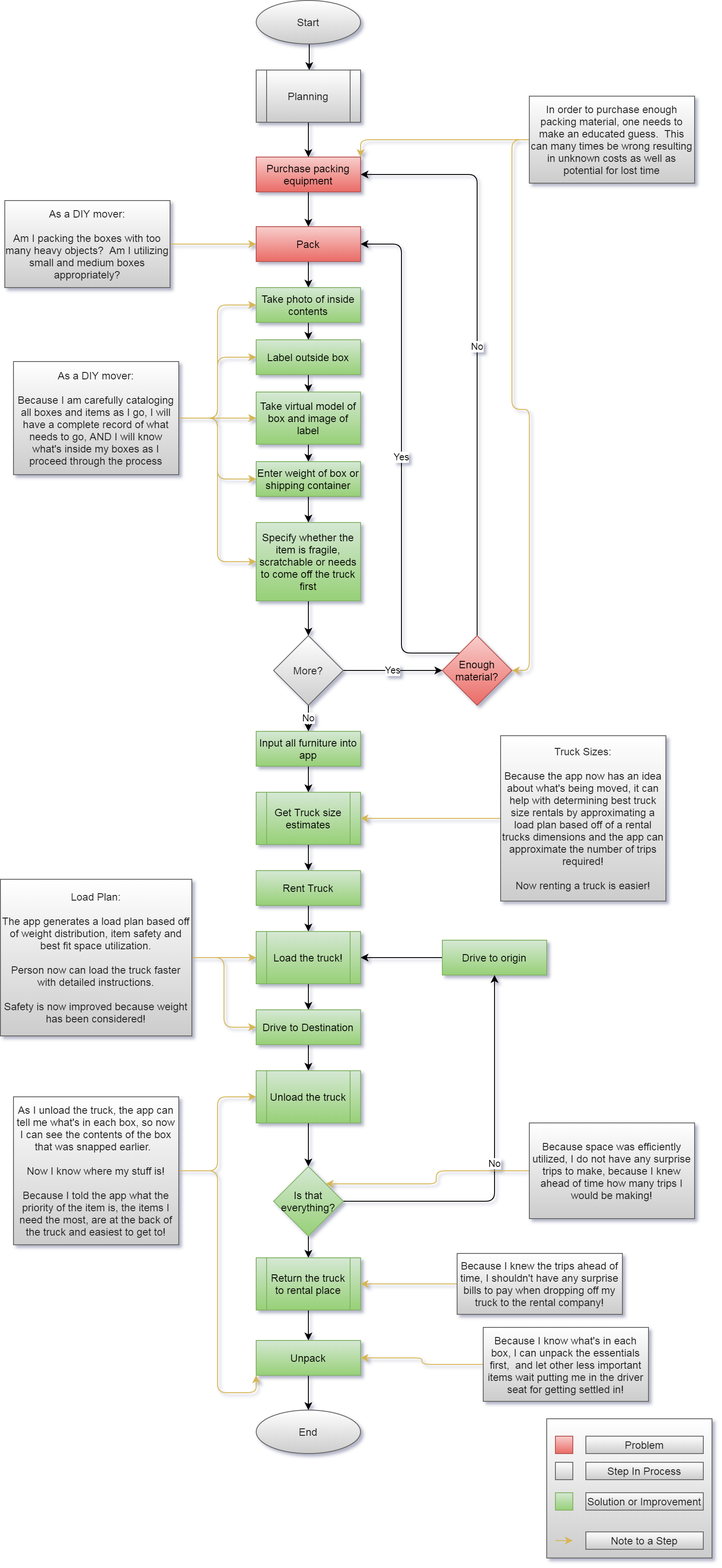
The draw.io diagram Documents/flow_diagrams/Solution_Flow_Full.png in LP-76/load.in, before a commit. Source tidied: cells renumbered, new cells last; positions are measured from the earlier drawing's top-left corner, leaving out a move shared by most shapes.
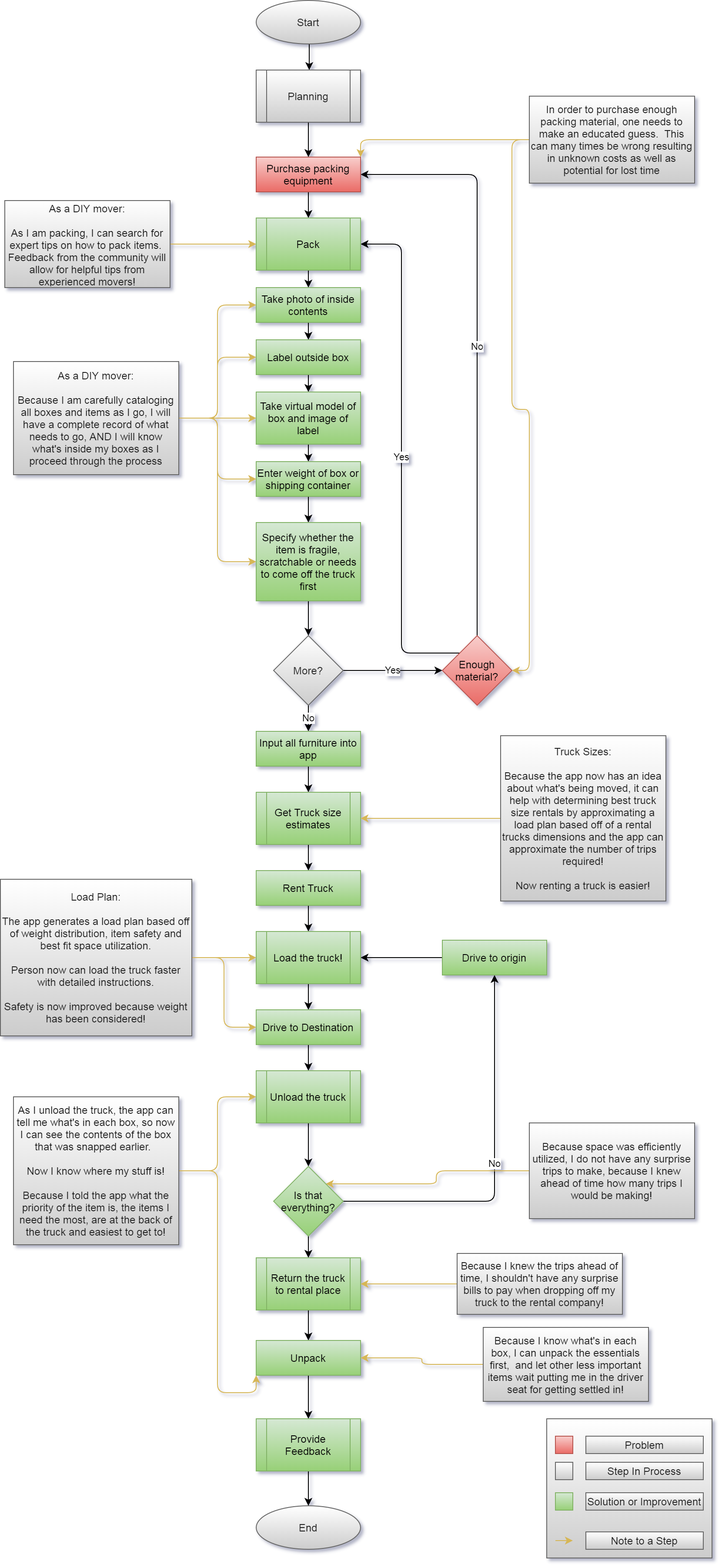
The same diagram one commit later.

Diff of the diagram source:
```diff
@@ -9,7 +9,7 @@
       </mxGeometry>
     </mxCell>
     <mxCell id="3" value="End" style="ellipse;whiteSpace=wrap;html=1;fontColor=#1A1A1A;strokeColor=#666666;fillColor=#FFFFFF;gradientColor=#CCCCCC;" parent="1" vertex="1">
-      <mxGeometry x="294" y="1620" width="120" height="50" as="geometry" />
+      <mxGeometry x="294" y="1730" width="120" height="50" as="geometry" />
     </mxCell>
     <mxCell id="4" style="edgeStyle=orthogonalEdgeStyle;jettySize=auto;html=1;exitX=0.5;exitY=1;exitDx=0;exitDy=0;entryX=0.5;entryY=0;entryDx=0;entryDy=0;" parent="1" edge="1" source="57" target="58">
       <mxGeometry relative="1" as="geometry" />
@@ -62,9 +62,9 @@
     <mxCell id="20" value="Return the truck to rental place" style="shape=process;whiteSpace=wrap;html=1;backgroundOutline=1;strokeColor=#82b366;fillColor=#d5e8d4;gradientColor=#97d077;" parent="1" vertex="1">
       <mxGeometry x="294" y="1445" width="120" height="60" as="geometry" />
     </mxCell>
-    <mxCell id="21" style="edgeStyle=orthogonalEdgeStyle;jettySize=auto;html=1;" parent="1" edge="1" source="22" target="3">
-      <mxGeometry relative="1" as="geometry" />
-    </mxCell>
+    <mxCell id="84" style="edgeStyle=orthogonalEdgeStyle;rounded=0;jettySize=auto;html=1;" parent="1" edge="1" source="22" target="86">
+      <mxGeometry relative="1" as="geometry" />
+    </mxCell>
     <mxCell id="22" value="Unpack" style="whiteSpace=wrap;html=1;fontSize=12;strokeColor=#82b366;fillColor=#d5e8d4;gradientColor=#97d077;" parent="1" vertex="1">
       <mxGeometry x="294" y="1540" width="120" height="40" as="geometry" />
     </mxCell>
@@ -98,10 +98,12 @@
     <mxCell id="32" style="edgeStyle=orthogonalEdgeStyle;orthogonalLoop=1;jettySize=auto;html=1;exitX=0.5;exitY=1;exitDx=0;exitDy=0;" parent="1" edge="1" source="31" target="31">
       <mxGeometry relative="1" as="geometry" />
     </mxCell>
-    <mxCell id="33" style="edgeStyle=orthogonalEdgeStyle;jettySize=auto;html=1;entryX=0;entryY=0.5;entryDx=0;entryDy=0;gradientColor=#ffd966;fillColor=#fff2cc;strokeColor=#d6b656;" parent="1" edge="1" source="34" target="58">
-      <mxGeometry relative="1" as="geometry" />
+    <mxCell id="33" style="edgeStyle=orthogonalEdgeStyle;jettySize=auto;html=1;entryX=0;entryY=0.5;entryDx=0;entryDy=0;gradientColor=#ffd966;fillColor=#fff2cc;strokeColor=#d6b656;" parent="1" edge="1" source="34">
+      <mxGeometry relative="1" as="geometry">
+        <mxPoint x="294" y="280" as="targetPoint" />
+      </mxGeometry>
     </mxCell>
-    <mxCell id="34" value="&lt;div&gt;As a DIY mover:&lt;/div&gt;&lt;div&gt;&lt;br&gt;&lt;/div&gt;&lt;div&gt;Am I packing the boxes with too many heavy objects?&amp;nbsp; Am I utilizing small and medium boxes appropriately?&lt;br&gt;&lt;/div&gt;" style="text;html=1;strokeColor=#666666;fillColor=#FFFFFF;whiteSpace=wrap;overflow=hidden;fontColor=#1A1A1A;align=center;verticalAlign=middle;gradientColor=#CCCCCC;" parent="1" vertex="1">
+    <mxCell id="34" value="&lt;div&gt;As a DIY mover:&lt;/div&gt;&lt;div&gt;&lt;br&gt;&lt;/div&gt;&lt;div&gt;As I am packing, I can search for expert tips on how to pack items.&amp;nbsp; Feedback from the community will allow for helpful tips from experienced movers!&lt;br&gt;&lt;/div&gt;" style="text;html=1;strokeColor=#666666;fillColor=#FFFFFF;whiteSpace=wrap;overflow=hidden;fontColor=#1A1A1A;align=center;verticalAlign=middle;gradientColor=#CCCCCC;" parent="1" vertex="1">
       <mxGeometry x="5" y="230" width="190" height="100" as="geometry" />
     </mxCell>
     <mxCell id="35" style="edgeStyle=orthogonalEdgeStyle;jettySize=auto;html=1;exitX=0.5;exitY=1;exitDx=0;exitDy=0;entryX=0.5;entryY=0;entryDx=0;entryDy=0;" parent="1" edge="1" source="59" target="60">
@@ -173,9 +175,6 @@
     <mxCell id="57" value="Purchase packing equipment" style="whiteSpace=wrap;html=1;fontSize=12;strokeColor=#b85450;fillColor=#f8cecc;gradientColor=#ea6b66;" parent="1" vertex="1">
       <mxGeometry x="294" y="180" width="120" height="40" as="geometry" />
     </mxCell>
-    <mxCell id="58" value="Pack" style="whiteSpace=wrap;html=1;fontSize=12;strokeColor=#b85450;fillColor=#f8cecc;gradientColor=#ea6b66;" parent="1" vertex="1">
-      <mxGeometry x="294" y="260" width="120" height="40" as="geometry" />
-    </mxCell>
     <mxCell id="59" value="Take photo of inside contents" style="whiteSpace=wrap;html=1;fontSize=12;strokeColor=#82b366;fillColor=#d5e8d4;gradientColor=#97d077;" parent="1" vertex="1">
       <mxGeometry x="294" y="330" width="120" height="40" as="geometry" />
     </mxCell>
@@ -254,5 +253,14 @@
     <mxCell id="83" value="Note to a Step" style="text;html=1;align=center;verticalAlign=middle;whiteSpace=wrap;fillColor=#FFFFFF;gradientColor=#CCCCCC;strokeColor=#666666;fontColor=#1A1A1A;" parent="74" vertex="1">
       <mxGeometry x="45" y="130" width="135" height="20" as="geometry" />
     </mxCell>
+    <mxCell id="58" value="Pack" style="shape=process;whiteSpace=wrap;html=1;backgroundOutline=1;gradientColor=#97d077;fillColor=#d5e8d4;strokeColor=#82b366;" parent="1" vertex="1">
+      <mxGeometry x="294" y="250" width="120" height="60" as="geometry" />
+    </mxCell>
+    <mxCell id="85" style="edgeStyle=orthogonalEdgeStyle;rounded=0;jettySize=auto;html=1;" parent="1" edge="1" source="86" target="3">
+      <mxGeometry relative="1" as="geometry" />
+    </mxCell>
+    <mxCell id="86" value="Provide Feedback" style="shape=process;whiteSpace=wrap;html=1;backgroundOutline=1;gradientColor=#97d077;fillColor=#d5e8d4;strokeColor=#82b366;" parent="1" vertex="1">
+      <mxGeometry x="294" y="1630" width="120" height="60" as="geometry" />
+    </mxCell>
   </root>
 </mxGraphModel>
```
